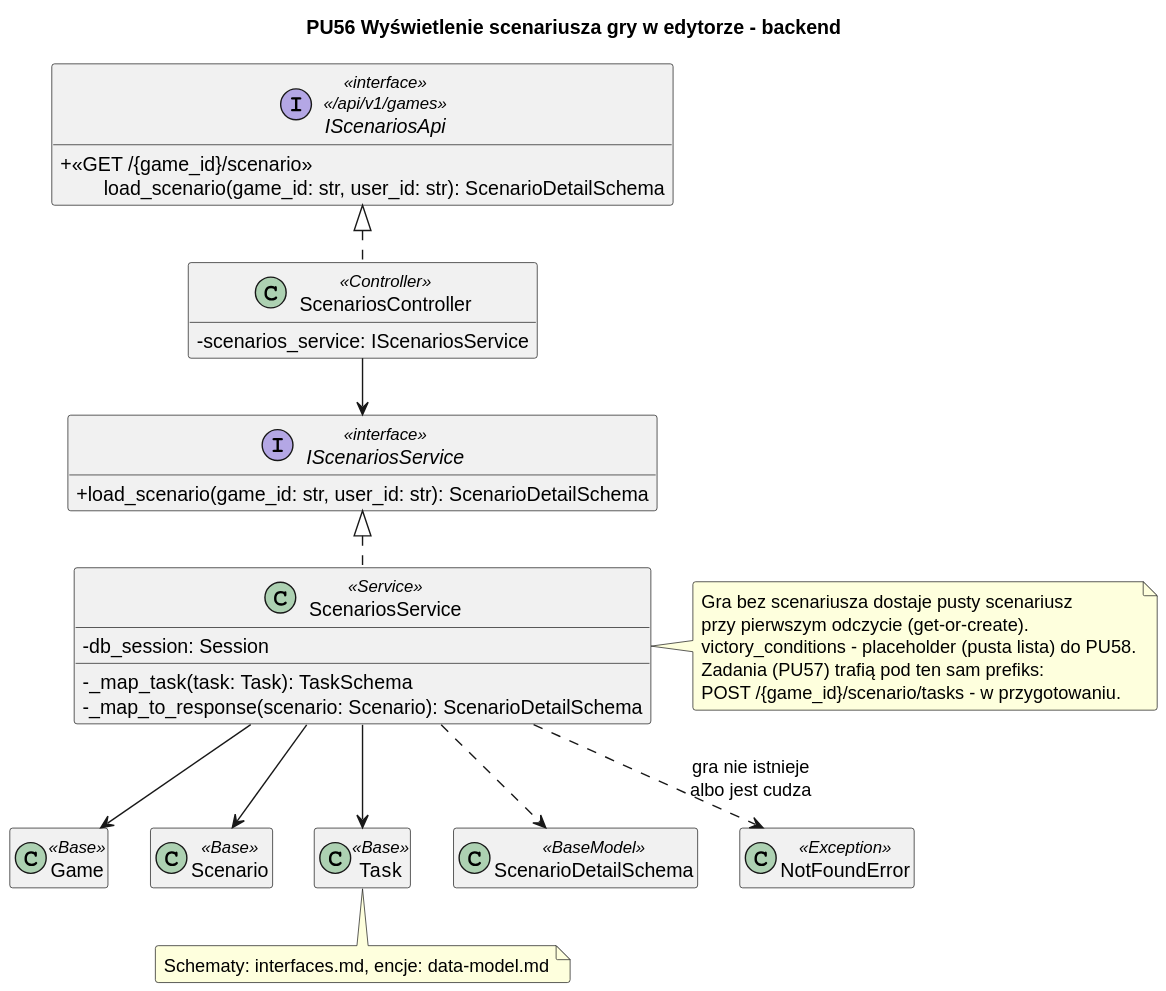
Earlier version of the PlantUML export diagrams/backend/rendered/scenario-editor.svg (Igor-Ochocki/POP-2026Z).
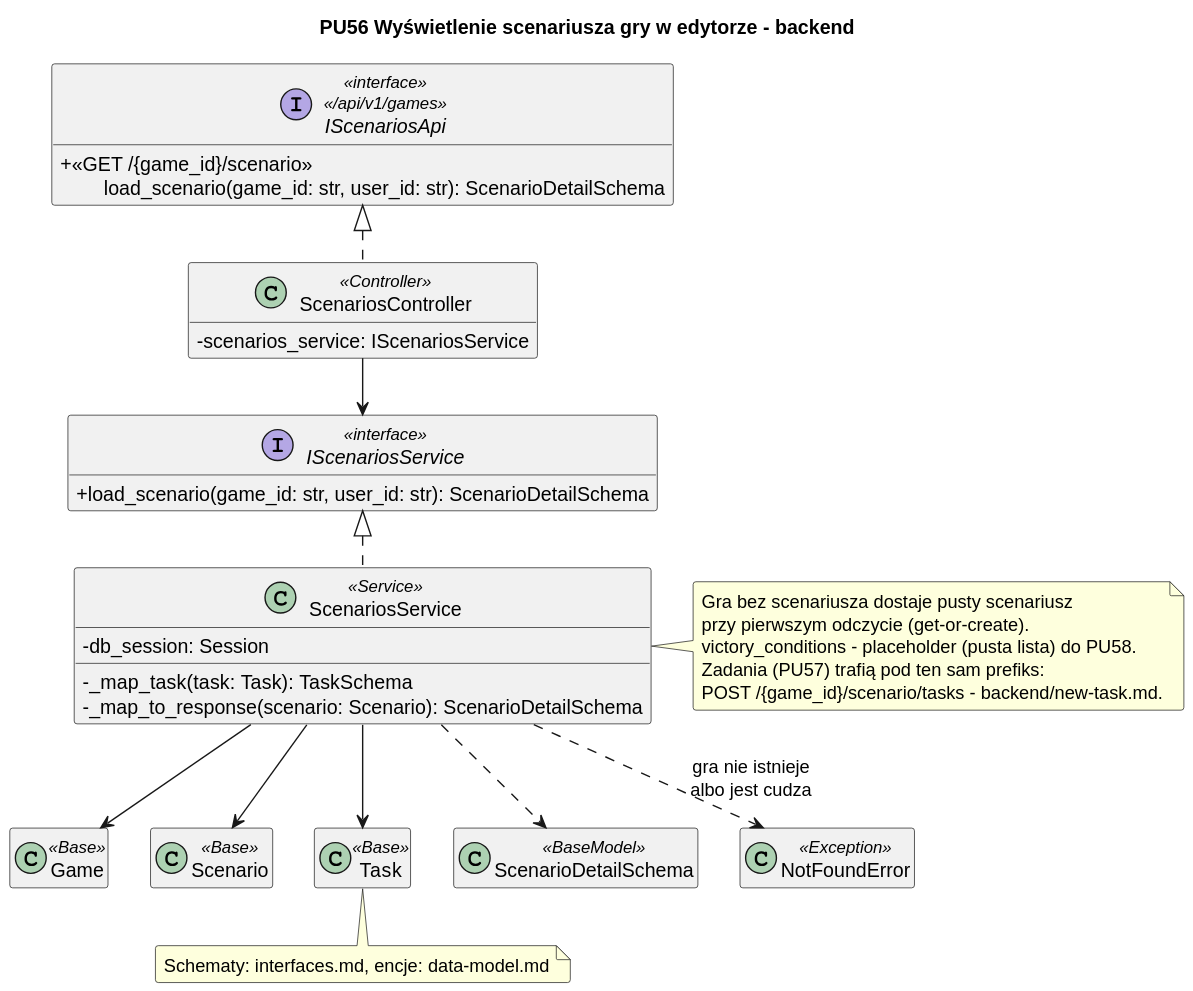
Above is the later version.

Diff of the diagram source:
```diff
@@ -48,7 +48,7 @@
     przy pierwszym odczycie (get-or-create).
     victory_conditions - placeholder (pusta lista) do PU58.
     Zadania (PU57) trafią pod ten sam prefiks:
-    POST /{game_id}/scenario/tasks - w przygotowaniu.
+    POST /{game_id}/scenario/tasks - backend/new-task.md.
 end note
 
 note bottom of Task
```
